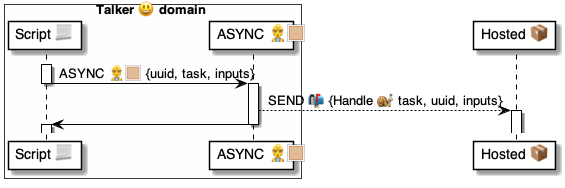
Above: 4 ⚙️ Solution/37 Scripts 📃/📃 Commands ⌘/⌘ for async/ASYNC 👷🏼/👷🏼 ASYNC ⚙️ uml.png in pollyweb-org/pollyweb-docs (PlantUML), before the change. Its source is kept beside it as 4 ⚙️ Solution/37 Scripts 📃/📃 Commands ⌘/⌘ for async/ASYNC 👷🏼/👷🏼 ASYNC ⚙️ uml.puml.
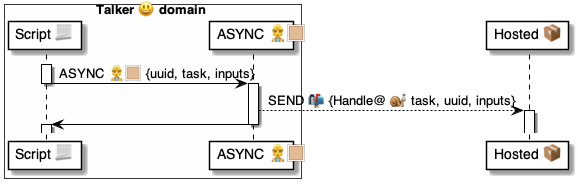
Later version of the same file.

What changed in the source:
```diff
@@ -13,7 +13,7 @@
 deactivate script
 
 activate async
-    async --> hosted: SEND 📬 {Handle 🐌 task, uuid, inputs}
+    async --> hosted: SEND 📬 {Handle@ 🐌 task, uuid, inputs}
     activate hosted
     async -> script:
 deactivate async
```
